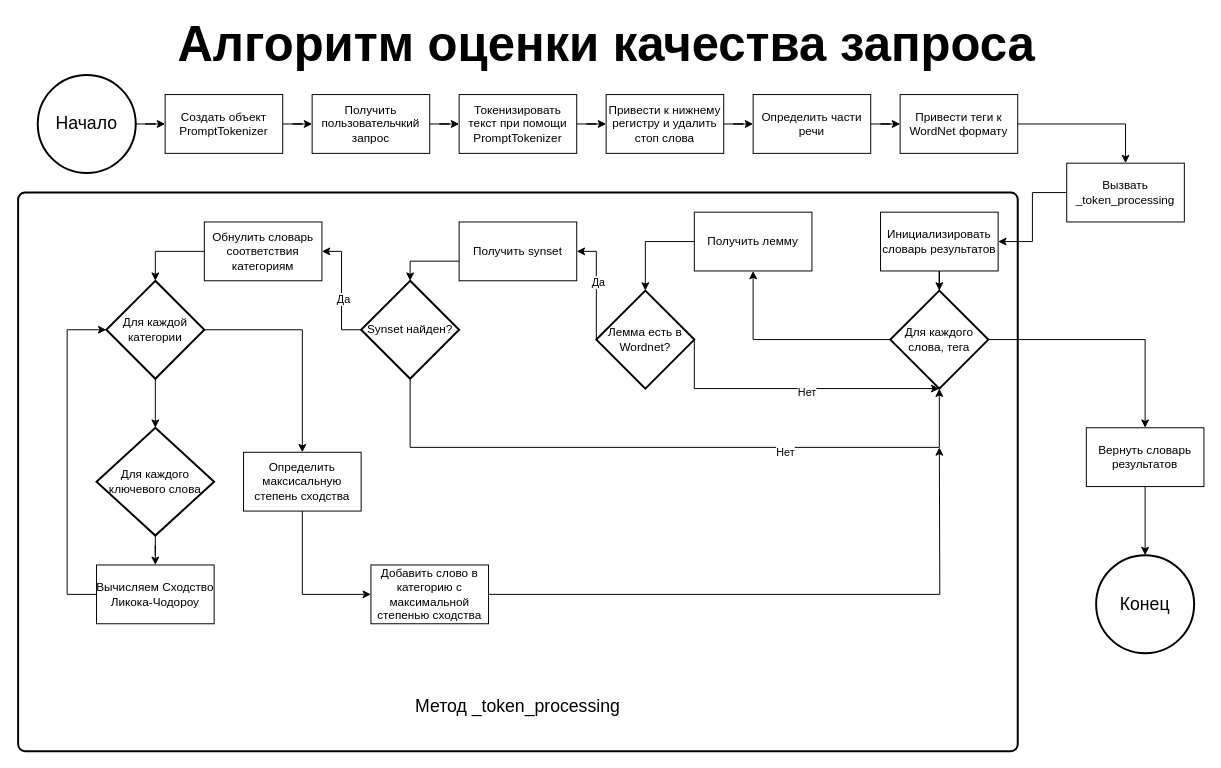
Above: docs/12_100229_1_188207/picture/tokenization-algoritm.drawio in EugeneSamokhval/Prompt-editor-project (draw.io), before the change. Source tidied: cells renumbered, new cells numbered last; positions are measured from the earlier drawing's top-left corner, leaving out a move shared by most shapes. Both pictures are drawn from the tidied source at 98%, with x=0, y=0 at pixel (18, 25).
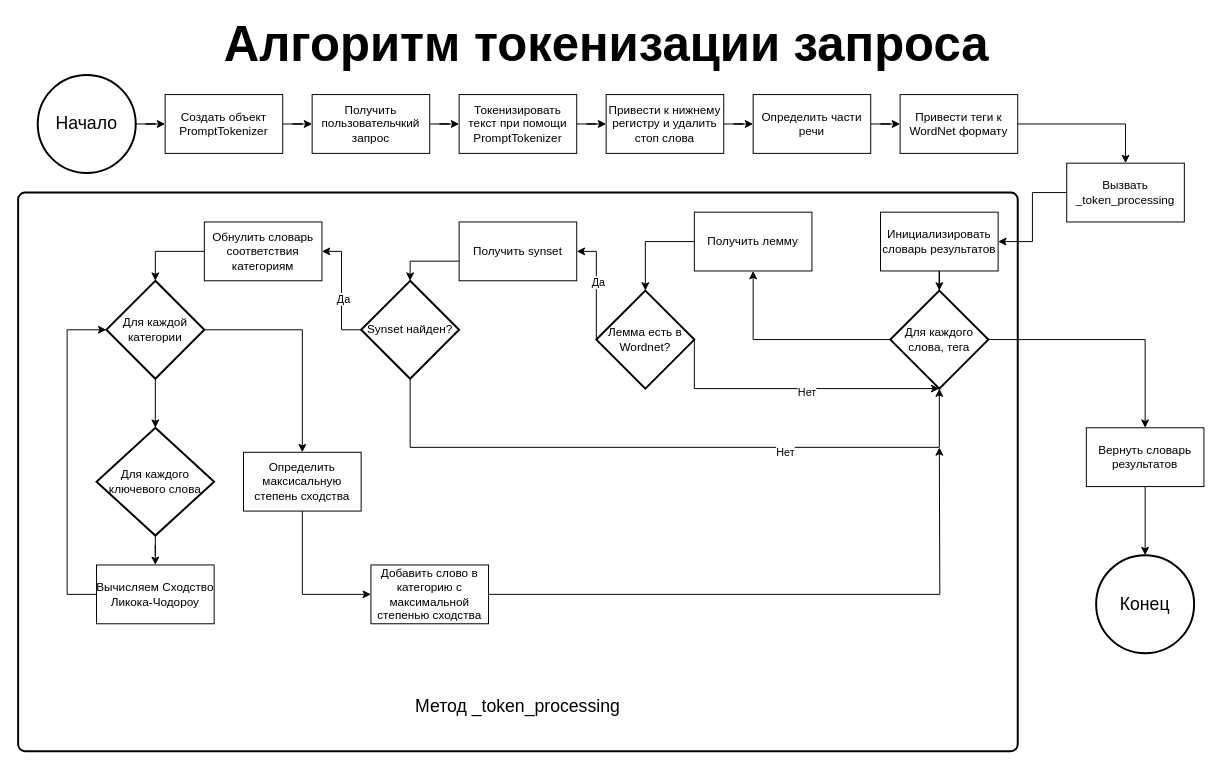
The same page after the edit.

Diff of the diagram source:
```diff
@@
-    <mxCell id="55" value="&lt;div style=&quot;line-height: 19px;&quot;&gt;&lt;font style=&quot;font-size: 50px;&quot;&gt;&lt;b&gt;Алгоритм оценки качества запроса&lt;/b&gt;&lt;/font&gt;&lt;/div&gt;" style="text;html=1;align=center;verticalAlign=middle;strokeColor=none;fillColor=none;" parent="1" vertex="1">
-      <mxGeometry x="150" width="900" height="50" as="geometry" />
+    <mxCell id="55" value="&lt;div style=&quot;line-height: 19px;&quot;&gt;&lt;font style=&quot;font-size: 50px;&quot;&gt;&lt;b&gt;Алгоритм токенизации запроса&lt;/b&gt;&lt;/font&gt;&lt;/div&gt;" style="text;html=1;align=center;verticalAlign=middle;strokeColor=none;fillColor=none;" parent="1" vertex="1">
+      <mxGeometry x="200" width="800" height="50" as="geometry" />
     </mxCell>
```
